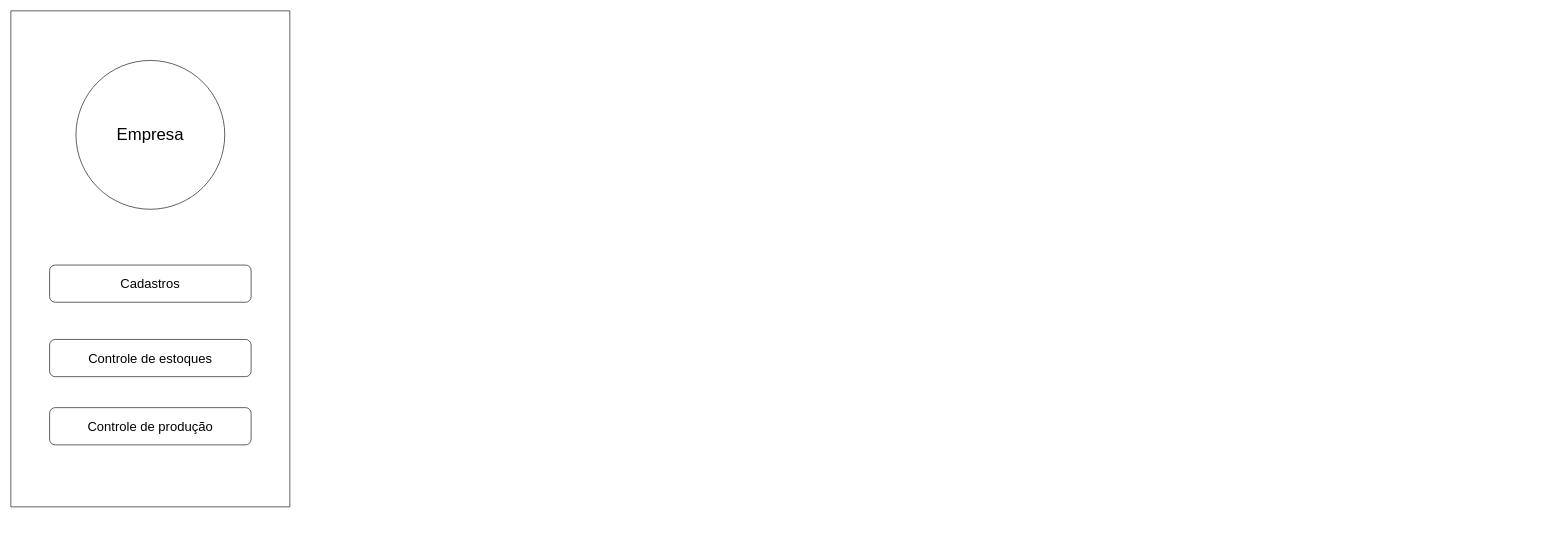
This is page "Página-6" (6 of 6) of Fluxograma.drawio from mariavi00/AppEquipe, a draw.io file, before an edit. Source tidied: cells renumbered, new cells numbered last; positions are measured from the earlier drawing's top-left corner, leaving out a move shared by most shapes. Both pictures are drawn from the tidied source at 62%, with x=0, y=0 at pixel (11, 11).
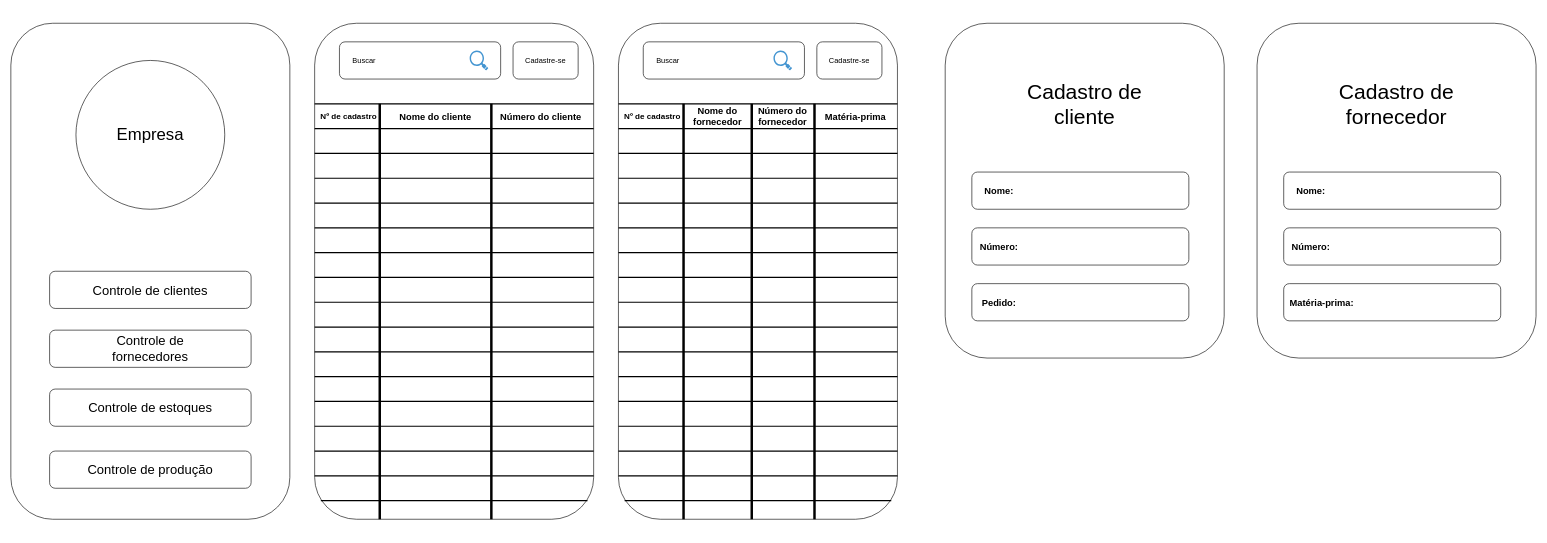
After the change.

The edit, as a diff of the source:
```diff
@@
-    <mxCell id="2" style="verticalLabelPosition=bottom;verticalAlign=top;html=1;shape=mxgraph.basic.rect;fillColor2=none;strokeWidth=1;size=20;indent=5;" parent="1" vertex="1">
-      <mxGeometry width="450" height="800" as="geometry" />
-    </mxCell>
+    <mxCell id="11" style="rounded=1;whiteSpace=wrap;html=1;" parent="1" vertex="1">
+      <mxGeometry y="20" width="450" height="800" as="geometry" />
+    </mxCell>
@@
     <mxCell id="5" style="rounded=1;whiteSpace=wrap;html=1;" parent="1" vertex="1">
-      <mxGeometry x="62.5" y="410" width="325" height="60" as="geometry" />
+      <mxGeometry x="62.5" y="420" width="325" height="60" as="geometry" />
     </mxCell>
     <mxCell id="6" style="rounded=1;whiteSpace=wrap;html=1;" parent="1" vertex="1">
-      <mxGeometry x="62.5" y="530" width="325" height="60" as="geometry" />
+      <mxGeometry x="62.5" y="610" width="325" height="60" as="geometry" />
     </mxCell>
     <mxCell id="7" style="rounded=1;whiteSpace=wrap;html=1;" parent="1" vertex="1">
-      <mxGeometry x="62.5" y="640" width="325" height="60" as="geometry" />
+      <mxGeometry x="62.5" y="710" width="325" height="60" as="geometry" />
     </mxCell>
     <mxCell id="8" value="Controle de produção" style="text;html=1;align=center;verticalAlign=middle;whiteSpace=wrap;rounded=0;fontSize=21;" parent="1" vertex="1">
-      <mxGeometry x="120" y="590" width="210" height="160" as="geometry" />
+      <mxGeometry x="120" y="660" width="210" height="160" as="geometry" />
     </mxCell>
-    <mxCell id="9" value="Cadastros" style="text;html=1;align=center;verticalAlign=middle;whiteSpace=wrap;rounded=0;fontSize=21;" parent="1" vertex="1">
-      <mxGeometry x="120" y="360" width="210" height="160" as="geometry" />
+    <mxCell id="9" value="Controle de clientes" style="text;html=1;align=center;verticalAlign=middle;whiteSpace=wrap;rounded=0;fontSize=21;" parent="1" vertex="1">
+      <mxGeometry x="120" y="370" width="210" height="160" as="geometry" />
     </mxCell>
     <mxCell id="10" value="Controle de estoques" style="text;html=1;align=center;verticalAlign=middle;whiteSpace=wrap;rounded=0;fontSize=21;" parent="1" vertex="1">
-      <mxGeometry x="120" y="480" width="210" height="160" as="geometry" />
+      <mxGeometry x="120" y="560" width="210" height="160" as="geometry" />
     </mxCell>
+    <mxCell id="12" style="rounded=1;whiteSpace=wrap;html=1;" parent="1" vertex="1">
+      <mxGeometry x="62.5" y="515" width="325" height="60" as="geometry" />
+    </mxCell>
+    <mxCell id="13" value="Controle de fornecedores" style="text;html=1;align=center;verticalAlign=middle;whiteSpace=wrap;rounded=0;fontSize=21;" parent="1" vertex="1">
+      <mxGeometry x="120" y="465" width="210" height="160" as="geometry" />
+    </mxCell>
+    <mxCell id="14" style="group;" parent="1" vertex="1">
+      <mxGeometry x="490" y="20" width="450" height="800" as="geometry" />
+    </mxCell>
+    <mxCell id="15" style="rounded=1;whiteSpace=wrap;html=1;" parent="14" vertex="1">
+      <mxGeometry width="450" height="800" as="geometry" />
+    </mxCell>
+    <mxCell id="16" style="rounded=1;whiteSpace=wrap;html=1;" parent="14" vertex="1">
+      <mxGeometry x="320" y="30" width="105" height="60" as="geometry" />
+    </mxCell>
+    <mxCell id="17" value="Cadastre-se" style="text;html=1;align=center;verticalAlign=middle;whiteSpace=wrap;rounded=0;fontSize=12;" parent="14" vertex="1">
+      <mxGeometry x="321.2" y="25" width="102.5" height="70" as="geometry" />
+    </mxCell>
+    <mxCell id="18" style="rounded=1;whiteSpace=wrap;html=1;" parent="14" vertex="1">
+      <mxGeometry x="40" y="30" width="260" height="60" as="geometry" />
+    </mxCell>
+    <mxCell id="19" value="Buscar" style="text;html=1;align=center;verticalAlign=middle;whiteSpace=wrap;rounded=0;fontSize=12;" parent="14" vertex="1">
+      <mxGeometry x="30" y="35" width="100" height="50" as="geometry" />
+    </mxCell>
+    <mxCell id="20" style="shadow=0;dashed=0;html=1;strokeColor=none;fillColor=#4495D1;labelPosition=center;verticalLabelPosition=bottom;verticalAlign=top;align=center;shape=mxgraph.veeam.magnifying_glass;fontSize=9;" parent="14" vertex="1">
+      <mxGeometry x="250" y="43.9" width="30" height="32.2" as="geometry" />
+    </mxCell>
+    <mxCell id="21" style="line;strokeWidth=2;html=1;" parent="14" vertex="1">
+      <mxGeometry y="270" width="450" height="40" as="geometry" />
+    </mxCell>
+    <mxCell id="22" style="line;strokeWidth=2;html=1;" parent="14" vertex="1">
+      <mxGeometry y="310" width="450" height="40" as="geometry" />
+    </mxCell>
+    <mxCell id="23" style="line;strokeWidth=2;html=1;" parent="14" vertex="1">
+      <mxGeometry y="350" width="450" height="40" as="geometry" />
+    </mxCell>
+    <mxCell id="24" style="line;strokeWidth=2;html=1;" parent="14" vertex="1">
+      <mxGeometry y="390" width="450" height="40" as="geometry" />
+    </mxCell>
+    <mxCell id="25" style="line;strokeWidth=2;html=1;" parent="14" vertex="1">
+      <mxGeometry y="430" width="450" height="40" as="geometry" />
+    </mxCell>
+    <mxCell id="26" style="line;strokeWidth=2;html=1;" parent="14" vertex="1">
+      <mxGeometry y="470" width="450" height="40" as="geometry" />
+    </mxCell>
+    <mxCell id="27" style="line;strokeWidth=2;html=1;" parent="14" vertex="1">
+      <mxGeometry y="510" width="450" height="40" as="geometry" />
+    </mxCell>
+    <mxCell id="28" style="line;strokeWidth=2;html=1;" parent="14" vertex="1">
+      <mxGeometry y="550" width="450" height="40" as="geometry" />
+    </mxCell>
+    <mxCell id="29" style="line;strokeWidth=2;html=1;" parent="14" vertex="1">
+      <mxGeometry y="590" width="450" height="40" as="geometry" />
+    </mxCell>
+    <mxCell id="30" style="line;strokeWidth=2;html=1;" parent="14" vertex="1">
+      <mxGeometry y="630" width="450" height="40" as="geometry" />
+    </mxCell>
+    <mxCell id="31" style="line;strokeWidth=2;html=1;" parent="14" vertex="1">
+      <mxGeometry y="670" width="450" height="40" as="geometry" />
+    </mxCell>
+    <mxCell id="32" style="line;strokeWidth=2;html=1;" parent="14" vertex="1">
+      <mxGeometry y="710" width="450" height="40" as="geometry" />
+    </mxCell>
+    <mxCell id="33" style="line;strokeWidth=2;html=1;" parent="14" vertex="1">
+      <mxGeometry y="230" width="450" height="40" as="geometry" />
+    </mxCell>
+    <mxCell id="34" style="line;strokeWidth=2;html=1;" parent="14" vertex="1">
+      <mxGeometry y="190" width="450" height="40" as="geometry" />
+    </mxCell>
+    <mxCell id="35" style="line;strokeWidth=2;html=1;" parent="14" vertex="1">
+      <mxGeometry y="110" width="450" height="40" as="geometry" />
+    </mxCell>
+    <mxCell id="36" style="line;strokeWidth=2;html=1;" parent="14" vertex="1">
+      <mxGeometry y="150" width="450" height="40" as="geometry" />
+    </mxCell>
+    <mxCell id="37" style="line;strokeWidth=2;html=1;" parent="14" vertex="1">
+      <mxGeometry x="10" y="750" width="430" height="40" as="geometry" />
+    </mxCell>
+    <mxCell id="38" style="line;strokeWidth=4;direction=south;html=1;perimeter=backbonePerimeter;" parent="14" vertex="1">
+      <mxGeometry x="100" y="130" width="10" height="670" as="geometry" />
+    </mxCell>
+    <mxCell id="39" style="line;strokeWidth=4;direction=south;html=1;perimeter=backbonePerimeter;" parent="14" vertex="1">
+      <mxGeometry x="280" y="130" width="10" height="670" as="geometry" />
+    </mxCell>
+    <mxCell id="40" value="Nº de cadastro" style="text;html=1;align=center;verticalAlign=middle;whiteSpace=wrap;rounded=0;fontStyle=1;fontSize=13;" parent="14" vertex="1">
+      <mxGeometry y="130" width="110" height="40" as="geometry" />
+    </mxCell>
+    <mxCell id="41" value="Nome do cliente" style="text;html=1;align=center;verticalAlign=middle;whiteSpace=wrap;rounded=0;fontStyle=1;fontSize=15;" parent="14" vertex="1">
+      <mxGeometry x="120" y="130" width="150" height="40" as="geometry" />
+    </mxCell>
+    <mxCell id="42" value="Número do cliente" style="text;html=1;align=center;verticalAlign=middle;whiteSpace=wrap;rounded=0;fontStyle=1;fontSize=15;" parent="14" vertex="1">
+      <mxGeometry x="290" y="130" width="150" height="40" as="geometry" />
+    </mxCell>
+    <mxCell id="43" style="group;" parent="1" vertex="1">
+      <mxGeometry x="980" y="20" width="450" height="800" as="geometry" />
+    </mxCell>
+    <mxCell id="44" style="rounded=1;whiteSpace=wrap;html=1;" parent="43" vertex="1">
+      <mxGeometry width="450" height="800" as="geometry" />
+    </mxCell>
+    <mxCell id="45" style="rounded=1;whiteSpace=wrap;html=1;" parent="43" vertex="1">
+      <mxGeometry x="320" y="30" width="105" height="60" as="geometry" />
+    </mxCell>
+    <mxCell id="46" value="Cadastre-se" style="text;html=1;align=center;verticalAlign=middle;whiteSpace=wrap;rounded=0;fontSize=12;" parent="43" vertex="1">
+      <mxGeometry x="321.2" y="25" width="102.5" height="70" as="geometry" />
+    </mxCell>
+    <mxCell id="47" style="rounded=1;whiteSpace=wrap;html=1;" parent="43" vertex="1">
+      <mxGeometry x="40" y="30" width="260" height="60" as="geometry" />
+    </mxCell>
+    <mxCell id="48" value="Buscar" style="text;html=1;align=center;verticalAlign=middle;whiteSpace=wrap;rounded=0;fontSize=12;" parent="43" vertex="1">
+      <mxGeometry x="30" y="35" width="100" height="50" as="geometry" />
+    </mxCell>
+    <mxCell id="49" style="shadow=0;dashed=0;html=1;strokeColor=none;fillColor=#4495D1;labelPosition=center;verticalLabelPosition=bottom;verticalAlign=top;align=center;shape=mxgraph.veeam.magnifying_glass;fontSize=9;" parent="43" vertex="1">
+      <mxGeometry x="250" y="43.9" width="30" height="32.2" as="geometry" />
+    </mxCell>
+    <mxCell id="50" style="line;strokeWidth=2;html=1;" parent="43" vertex="1">
+      <mxGeometry y="270" width="450" height="40" as="geometry" />
+    </mxCell>
+    <mxCell id="51" style="line;strokeWidth=2;html=1;" parent="43" vertex="1">
+      <mxGeometry y="310" width="450" height="40" as="geometry" />
+    </mxCell>
+    <mxCell id="52" style="line;strokeWidth=2;html=1;" parent="43" vertex="1">
+      <mxGeometry y="350" width="450" height="40" as="geometry" />
+    </mxCell>
+    <mxCell id="53" style="line;strokeWidth=2;html=1;" parent="43" vertex="1">
+      <mxGeometry y="390" width="450" height="40" as="geometry" />
+    </mxCell>
+    <mxCell id="54" style="line;strokeWidth=2;html=1;" parent="43" vertex="1">
+      <mxGeometry y="430" width="450" height="40" as="geometry" />
+    </mxCell>
+    <mxCell id="55" style="line;strokeWidth=2;html=1;" parent="43" vertex="1">
+      <mxGeometry y="470" width="450" height="40" as="geometry" />
+    </mxCell>
+    <mxCell id="56" style="line;strokeWidth=2;html=1;" parent="43" vertex="1">
+      <mxGeometry y="510" width="450" height="40" as="geometry" />
+    </mxCell>
+    <mxCell id="57" style="line;strokeWidth=2;html=1;" parent="43" vertex="1">
+      <mxGeometry y="550" width="450" height="40" as="geometry" />
+    </mxCell>
+    <mxCell id="58" style="line;strokeWidth=2;html=1;" parent="43" vertex="1">
+      <mxGeometry y="590" width="450" height="40" as="geometry" />
+    </mxCell>
+    <mxCell id="59" style="line;strokeWidth=2;html=1;" parent="43" vertex="1">
+      <mxGeometry y="630" width="450" height="40" as="geometry" />
+    </mxCell>
+    <mxCell id="60" style="line;strokeWidth=2;html=1;" parent="43" vertex="1">
+      <mxGeometry y="670" width="450" height="40" as="geometry" />
+    </mxCell>
+    <mxCell id="61" style="line;strokeWidth=2;html=1;" parent="43" vertex="1">
+      <mxGeometry y="710" width="450" height="40" as="geometry" />
+    </mxCell>
+    <mxCell id="62" style="line;strokeWidth=2;html=1;" parent="43" vertex="1">
+      <mxGeometry y="230" width="450" height="40" as="geometry" />
+    </mxCell>
+    <mxCell id="63" style="line;strokeWidth=2;html=1;" parent="43" vertex="1">
+      <mxGeometry y="190" width="450" height="40" as="geometry" />
+    </mxCell>
+    <mxCell id="64" style="line;strokeWidth=2;html=1;" parent="43" vertex="1">
+      <mxGeometry y="110" width="450" height="40" as="geometry" />
+    </mxCell>
+    <mxCell id="65" style="line;strokeWidth=2;html=1;" parent="43" vertex="1">
+      <mxGeometry y="150" width="450" height="40" as="geometry" />
+    </mxCell>
+    <mxCell id="66" style="line;strokeWidth=2;html=1;" parent="43" vertex="1">
+      <mxGeometry x="10" y="750" width="430" height="40" as="geometry" />
+    </mxCell>
+    <mxCell id="67" style="line;strokeWidth=4;direction=south;html=1;perimeter=backbonePerimeter;" parent="43" vertex="1">
+      <mxGeometry x="100" y="130" width="10" height="670" as="geometry" />
+    </mxCell>
+    <mxCell id="68" style="line;strokeWidth=4;direction=south;html=1;perimeter=backbonePerimeter;" parent="43" vertex="1">
+      <mxGeometry x="210" y="130" width="10" height="670" as="geometry" />
+    </mxCell>
+    <mxCell id="69" value="Nº de cadastro" style="text;html=1;align=center;verticalAlign=middle;whiteSpace=wrap;rounded=0;fontStyle=1;fontSize=13;" parent="43" vertex="1">
+      <mxGeometry y="130" width="110" height="40" as="geometry" />
+    </mxCell>
+    <mxCell id="70" value="Nome do fornecedor" style="text;html=1;align=center;verticalAlign=middle;whiteSpace=wrap;rounded=0;fontStyle=1;fontSize=15;" parent="43" vertex="1">
+      <mxGeometry x="110" y="130" width="100" height="40" as="geometry" />
+    </mxCell>
+    <mxCell id="71" value="Número do fornecedor" style="text;html=1;align=center;verticalAlign=middle;whiteSpace=wrap;rounded=0;fontStyle=1;fontSize=15;" parent="43" vertex="1">
+      <mxGeometry x="215" y="130" width="100" height="40" as="geometry" />
+    </mxCell>
+    <mxCell id="72" style="line;strokeWidth=4;direction=south;html=1;perimeter=backbonePerimeter;" parent="43" vertex="1">
+      <mxGeometry x="311.2" y="130" width="10" height="670" as="geometry" />
+    </mxCell>
+    <mxCell id="73" value="Matéria-prima" style="text;html=1;align=center;verticalAlign=middle;whiteSpace=wrap;rounded=0;fontStyle=1;fontSize=15;" parent="43" vertex="1">
+      <mxGeometry x="320" y="130" width="125" height="40" as="geometry" />
+    </mxCell>
+    <mxCell id="74" style="group;" parent="1" vertex="1">
+      <mxGeometry x="1500" y="40" width="457" height="800" as="geometry" />
+    </mxCell>
+    <mxCell id="75" style="group;" parent="74" vertex="1">
+      <mxGeometry x="7" y="-20" width="450" height="540" as="geometry" />
+    </mxCell>
+    <mxCell id="76" style="rounded=1;whiteSpace=wrap;html=1;" parent="75" vertex="1">
+      <mxGeometry width="450" height="540" as="geometry" />
+    </mxCell>
+    <mxCell id="77" value="Cadastro de cliente" style="text;html=1;align=center;verticalAlign=middle;whiteSpace=wrap;rounded=0;fontSize=34;" parent="75" vertex="1">
+      <mxGeometry x="112" y="60" width="226" height="140" as="geometry" />
+    </mxCell>
+    <mxCell id="78" style="rounded=1;whiteSpace=wrap;html=1;" parent="75" vertex="1">
+      <mxGeometry x="43" y="240" width="350" height="60" as="geometry" />
+    </mxCell>
+    <mxCell id="79" value="Nome:" style="text;html=1;align=center;verticalAlign=middle;whiteSpace=wrap;rounded=0;fontStyle=1;fontSize=15;" parent="75" vertex="1">
+      <mxGeometry x="37" y="250" width="100" height="40" as="geometry" />
+    </mxCell>
+    <mxCell id="80" style="rounded=1;whiteSpace=wrap;html=1;" parent="75" vertex="1">
+      <mxGeometry x="43" y="330" width="350" height="60" as="geometry" />
+    </mxCell>
+    <mxCell id="81" value="Número:" style="text;html=1;align=center;verticalAlign=middle;whiteSpace=wrap;rounded=0;fontStyle=1;fontSize=15;" parent="75" vertex="1">
+      <mxGeometry x="37" y="340" width="100" height="40" as="geometry" />
+    </mxCell>
+    <mxCell id="82" style="rounded=1;whiteSpace=wrap;html=1;" parent="75" vertex="1">
+      <mxGeometry x="43" y="420" width="350" height="60" as="geometry" />
+    </mxCell>
+    <mxCell id="83" value="Pedido:" style="text;html=1;align=center;verticalAlign=middle;whiteSpace=wrap;rounded=0;fontStyle=1;fontSize=15;" parent="75" vertex="1">
+      <mxGeometry x="37" y="430" width="100" height="40" as="geometry" />
+    </mxCell>
+    <mxCell id="84" style="group;" parent="1" vertex="1">
+      <mxGeometry x="2010" y="20" width="450" height="540" as="geometry" />
+    </mxCell>
+    <mxCell id="85" style="rounded=1;whiteSpace=wrap;html=1;" parent="84" vertex="1">
+      <mxGeometry width="450" height="540" as="geometry" />
+    </mxCell>
+    <mxCell id="86" value="Cadastro de fornecedor" style="text;html=1;align=center;verticalAlign=middle;whiteSpace=wrap;rounded=0;fontSize=34;" parent="84" vertex="1">
+      <mxGeometry x="112" y="60" width="226" height="140" as="geometry" />
+    </mxCell>
+    <mxCell id="87" style="rounded=1;whiteSpace=wrap;html=1;" parent="84" vertex="1">
+      <mxGeometry x="43" y="240" width="350" height="60" as="geometry" />
+    </mxCell>
+    <mxCell id="88" value="Nome:" style="text;html=1;align=center;verticalAlign=middle;whiteSpace=wrap;rounded=0;fontStyle=1;fontSize=15;" parent="84" vertex="1">
+      <mxGeometry x="37" y="250" width="100" height="40" as="geometry" />
+    </mxCell>
+    <mxCell id="89" style="rounded=1;whiteSpace=wrap;html=1;" parent="84" vertex="1">
+      <mxGeometry x="43" y="330" width="350" height="60" as="geometry" />
+    </mxCell>
+    <mxCell id="90" value="Número:" style="text;html=1;align=center;verticalAlign=middle;whiteSpace=wrap;rounded=0;fontStyle=1;fontSize=15;" parent="84" vertex="1">
+      <mxGeometry x="37" y="340" width="100" height="40" as="geometry" />
+    </mxCell>
+    <mxCell id="91" style="rounded=1;whiteSpace=wrap;html=1;" parent="84" vertex="1">
+      <mxGeometry x="43" y="420" width="350" height="60" as="geometry" />
+    </mxCell>
+    <mxCell id="92" value="Matéria-prima:" style="text;html=1;align=center;verticalAlign=middle;whiteSpace=wrap;rounded=0;fontStyle=1;fontSize=15;" parent="84" vertex="1">
+      <mxGeometry x="48" y="430" width="113" height="40" as="geometry" />
+    </mxCell>
```
